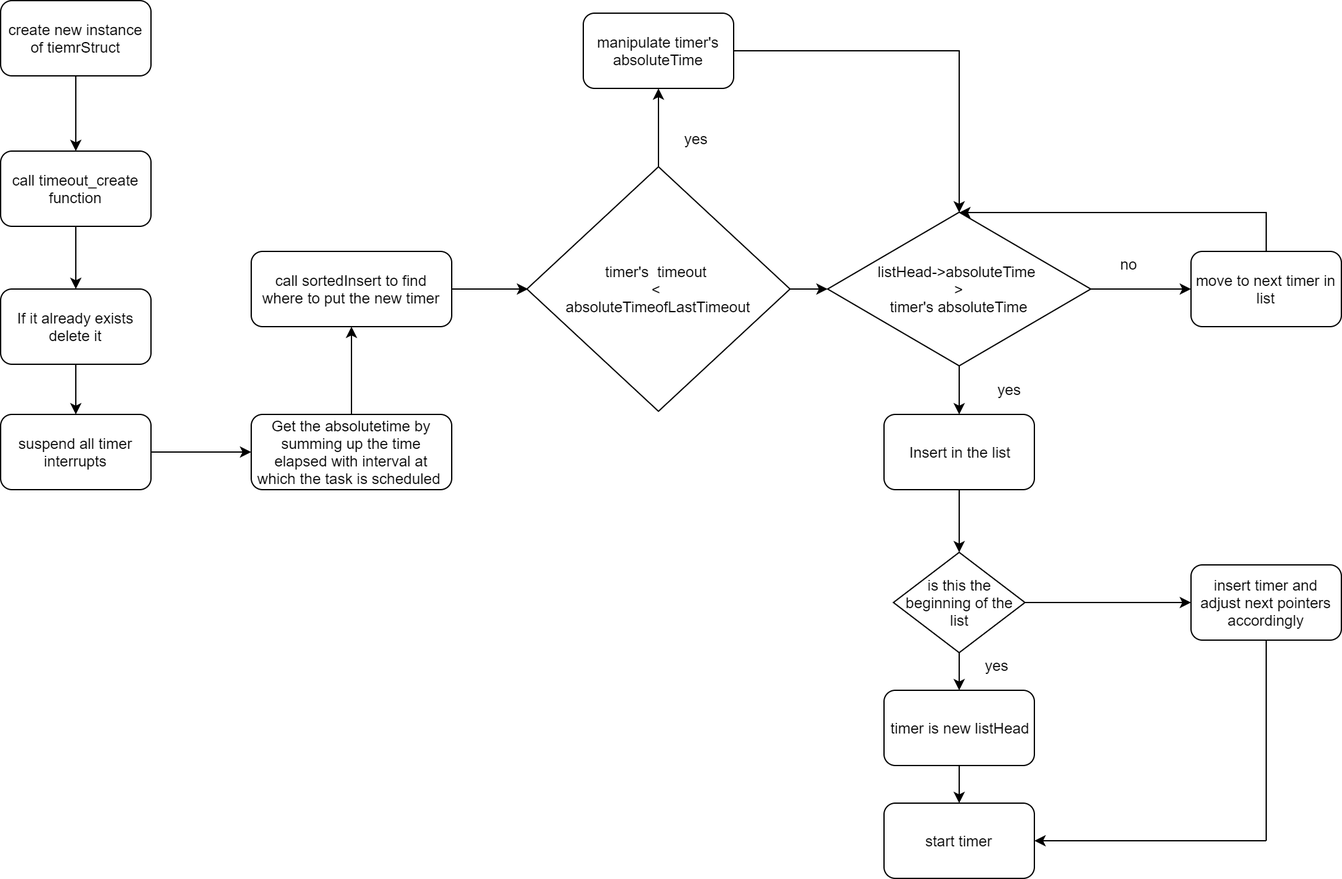
Above: images/Adding timer to list.png in microchip-pic-avr-solutions/avr-iot-aws-sensor-node-mplab (draw.io), before the change. Source tidied: cells renumbered, new cells last; positions are measured from the earlier drawing's top-left corner, leaving out a move shared by most shapes. The source it was exported from:
```xml
<mxGraphModel>
  <root>
    <mxCell id="0" />
    <mxCell id="1" parent="0" />
    <mxCell id="2" style="edgeStyle=orthogonalEdgeStyle;rounded=0;jettySize=auto;html=1;" parent="1" edge="1" source="3" target="5">
      <mxGeometry relative="1" as="geometry" />
    </mxCell>
    <mxCell id="3" value="create new instance of tiemrStruct" style="rounded=1;whiteSpace=wrap;html=1;" parent="1" vertex="1">
      <mxGeometry width="120" height="60" as="geometry" />
    </mxCell>
    <mxCell id="4" style="edgeStyle=orthogonalEdgeStyle;rounded=0;jettySize=auto;html=1;" parent="1" edge="1" source="5" target="13">
      <mxGeometry relative="1" as="geometry" />
    </mxCell>
    <mxCell id="5" value="call timeout_create function" style="rounded=1;whiteSpace=wrap;html=1;" parent="1" vertex="1">
      <mxGeometry y="120" width="120" height="60" as="geometry" />
    </mxCell>
    <mxCell id="6" style="edgeStyle=orthogonalEdgeStyle;rounded=0;jettySize=auto;html=1;" parent="1" edge="1" source="7" target="9">
      <mxGeometry relative="1" as="geometry" />
    </mxCell>
    <mxCell id="7" value="suspend all timer interrupts" style="rounded=1;whiteSpace=wrap;html=1;" parent="1" vertex="1">
      <mxGeometry y="330" width="120" height="60" as="geometry" />
    </mxCell>
    <mxCell id="8" style="edgeStyle=orthogonalEdgeStyle;rounded=0;jettySize=auto;html=1;" parent="1" edge="1" source="9" target="11">
      <mxGeometry relative="1" as="geometry" />
    </mxCell>
    <mxCell id="9" value="Get the absolutetime by summing up the time elapsed with interval at which the task is scheduled&amp;nbsp;" style="rounded=1;whiteSpace=wrap;html=1;" parent="1" vertex="1">
      <mxGeometry x="200" y="330" width="160" height="60" as="geometry" />
    </mxCell>
    <mxCell id="10" style="edgeStyle=orthogonalEdgeStyle;rounded=0;jettySize=auto;html=1;" parent="1" edge="1" source="11">
      <mxGeometry relative="1" as="geometry">
        <mxPoint x="421" y="230" as="targetPoint" />
      </mxGeometry>
    </mxCell>
    <mxCell id="11" value="call sortedInsert to find where to put the new timer" style="rounded=1;whiteSpace=wrap;html=1;" parent="1" vertex="1">
      <mxGeometry x="200" y="200" width="160" height="60" as="geometry" />
    </mxCell>
    <mxCell id="12" style="edgeStyle=orthogonalEdgeStyle;rounded=0;jettySize=auto;html=1;" parent="1" edge="1" source="13" target="7">
      <mxGeometry relative="1" as="geometry" />
    </mxCell>
    <mxCell id="13" value="If it already exists delete it" style="rounded=1;whiteSpace=wrap;html=1;" parent="1" vertex="1">
      <mxGeometry y="230" width="120" height="60" as="geometry" />
    </mxCell>
    <mxCell id="14" style="edgeStyle=orthogonalEdgeStyle;rounded=0;jettySize=auto;html=1;" parent="1" edge="1" source="16" target="18">
      <mxGeometry relative="1" as="geometry" />
    </mxCell>
    <mxCell id="15" style="edgeStyle=orthogonalEdgeStyle;rounded=0;jettySize=auto;html=1;" parent="1" edge="1" source="16" target="23">
      <mxGeometry relative="1" as="geometry" />
    </mxCell>
    <mxCell id="16" value="timer's&amp;nbsp; timeout &lt;br&gt;&amp;lt; &lt;br&gt;absoluteTimeofLastTimeout" style="rhombus;whiteSpace=wrap;html=1;" parent="1" vertex="1">
      <mxGeometry x="420" y="132.5" width="210" height="195" as="geometry" />
    </mxCell>
    <mxCell id="17" style="edgeStyle=orthogonalEdgeStyle;rounded=0;jettySize=auto;html=1;entryX=0.5;entryY=0;entryDx=0;entryDy=0;" parent="1" edge="1" source="18" target="23">
      <mxGeometry relative="1" as="geometry">
        <Array as="points">
          <mxPoint x="765" y="40" />
        </Array>
      </mxGeometry>
    </mxCell>
    <mxCell id="18" value="manipulate timer's absoluteTime" style="rounded=1;whiteSpace=wrap;html=1;" parent="1" vertex="1">
      <mxGeometry x="465" y="10" width="120" height="60" as="geometry" />
    </mxCell>
    <mxCell id="19" value="yes" style="text;html=1;align=center;verticalAlign=middle;" parent="1" vertex="1">
      <mxGeometry x="540" y="100" width="30" height="20" as="geometry" />
    </mxCell>
    <mxCell id="20" style="edgeStyle=orthogonalEdgeStyle;rounded=0;jettySize=auto;html=1;" parent="1" edge="1" source="21" target="29">
      <mxGeometry relative="1" as="geometry">
        <Array as="points">
          <mxPoint x="765" y="440" />
          <mxPoint x="765" y="440" />
        </Array>
      </mxGeometry>
    </mxCell>
    <mxCell id="21" value="Insert in the list" style="rounded=1;whiteSpace=wrap;html=1;" parent="1" vertex="1">
      <mxGeometry x="705" y="330" width="120" height="60" as="geometry" />
    </mxCell>
    <mxCell id="22" style="edgeStyle=orthogonalEdgeStyle;rounded=0;jettySize=auto;html=1;" parent="1" edge="1" source="23" target="21">
      <mxGeometry relative="1" as="geometry" />
    </mxCell>
    <mxCell id="23" value="listHead-&amp;gt;absoluteTime &lt;br&gt;&amp;gt;&lt;br&gt;timer's absoluteTime" style="rhombus;whiteSpace=wrap;html=1;" parent="1" vertex="1">
      <mxGeometry x="660" y="168.8" width="210" height="122.5" as="geometry" />
    </mxCell>
    <mxCell id="24" style="edgeStyle=elbowEdgeStyle;rounded=0;jettySize=auto;html=1;" parent="1" edge="1" source="23">
      <mxGeometry relative="1" as="geometry">
        <mxPoint x="950" y="230" as="targetPoint" />
      </mxGeometry>
    </mxCell>
    <mxCell id="25" style="edgeStyle=orthogonalEdgeStyle;rounded=0;jettySize=auto;html=1;entryX=0.5;entryY=0;entryDx=0;entryDy=0;" parent="1" edge="1" source="26" target="23">
      <mxGeometry relative="1" as="geometry">
        <Array as="points">
          <mxPoint x="1010" y="169" />
        </Array>
      </mxGeometry>
    </mxCell>
    <mxCell id="26" value="move to next timer in list" style="rounded=1;whiteSpace=wrap;html=1;" parent="1" vertex="1">
      <mxGeometry x="950" y="200" width="120" height="60" as="geometry" />
    </mxCell>
    <mxCell id="27" style="edgeStyle=orthogonalEdgeStyle;rounded=0;jettySize=auto;html=1;" parent="1" edge="1" source="29" target="31">
      <mxGeometry relative="1" as="geometry" />
    </mxCell>
    <mxCell id="28" style="edgeStyle=orthogonalEdgeStyle;rounded=0;jettySize=auto;html=1;entryX=0;entryY=0.5;entryDx=0;entryDy=0;" parent="1" edge="1" source="29" target="36">
      <mxGeometry relative="1" as="geometry" />
    </mxCell>
    <mxCell id="29" value="is this the beginning of the list" style="rhombus;whiteSpace=wrap;html=1;" parent="1" vertex="1">
      <mxGeometry x="712.5" y="440" width="105" height="80" as="geometry" />
    </mxCell>
    <mxCell id="30" style="edgeStyle=orthogonalEdgeStyle;rounded=0;jettySize=auto;html=1;" parent="1" edge="1" source="31" target="32">
      <mxGeometry relative="1" as="geometry" />
    </mxCell>
    <mxCell id="31" value="timer is new listHead" style="rounded=1;whiteSpace=wrap;html=1;" parent="1" vertex="1">
      <mxGeometry x="705" y="550" width="120" height="60" as="geometry" />
    </mxCell>
    <mxCell id="32" value="start timer" style="rounded=1;whiteSpace=wrap;html=1;" parent="1" vertex="1">
      <mxGeometry x="705" y="640" width="120" height="60" as="geometry" />
    </mxCell>
    <mxCell id="33" value="yes" style="text;html=1;align=center;verticalAlign=middle;" parent="1" vertex="1">
      <mxGeometry x="790" y="300" width="30" height="20" as="geometry" />
    </mxCell>
    <mxCell id="34" value="no" style="text;html=1;align=center;verticalAlign=middle;" parent="1" vertex="1">
      <mxGeometry x="885" y="200" width="30" height="20" as="geometry" />
    </mxCell>
    <mxCell id="35" value="yes" style="text;html=1;align=center;verticalAlign=middle;" parent="1" vertex="1">
      <mxGeometry x="780" y="520" width="30" height="20" as="geometry" />
    </mxCell>
    <mxCell id="36" value="insert timer and adjust next pointers accordingly" style="rounded=1;whiteSpace=wrap;html=1;" parent="1" vertex="1">
      <mxGeometry x="950" y="450" width="120" height="60" as="geometry" />
    </mxCell>
    <mxCell id="37" style="endArrow=none;html=1;" parent="1" edge="1">
      <mxGeometry relative="1" as="geometry">
        <mxPoint x="1010" y="670" as="sourcePoint" />
        <mxPoint x="1010" y="510" as="targetPoint" />
      </mxGeometry>
    </mxCell>
    <mxCell id="38" style="endArrow=classic;html=1;entryX=1;entryY=0.5;entryDx=0;entryDy=0;" parent="1" edge="1" target="32">
      <mxGeometry relative="1" as="geometry">
        <mxPoint x="1010" y="670" as="sourcePoint" />
      </mxGeometry>
    </mxCell>
  </root>
</mxGraphModel>
```
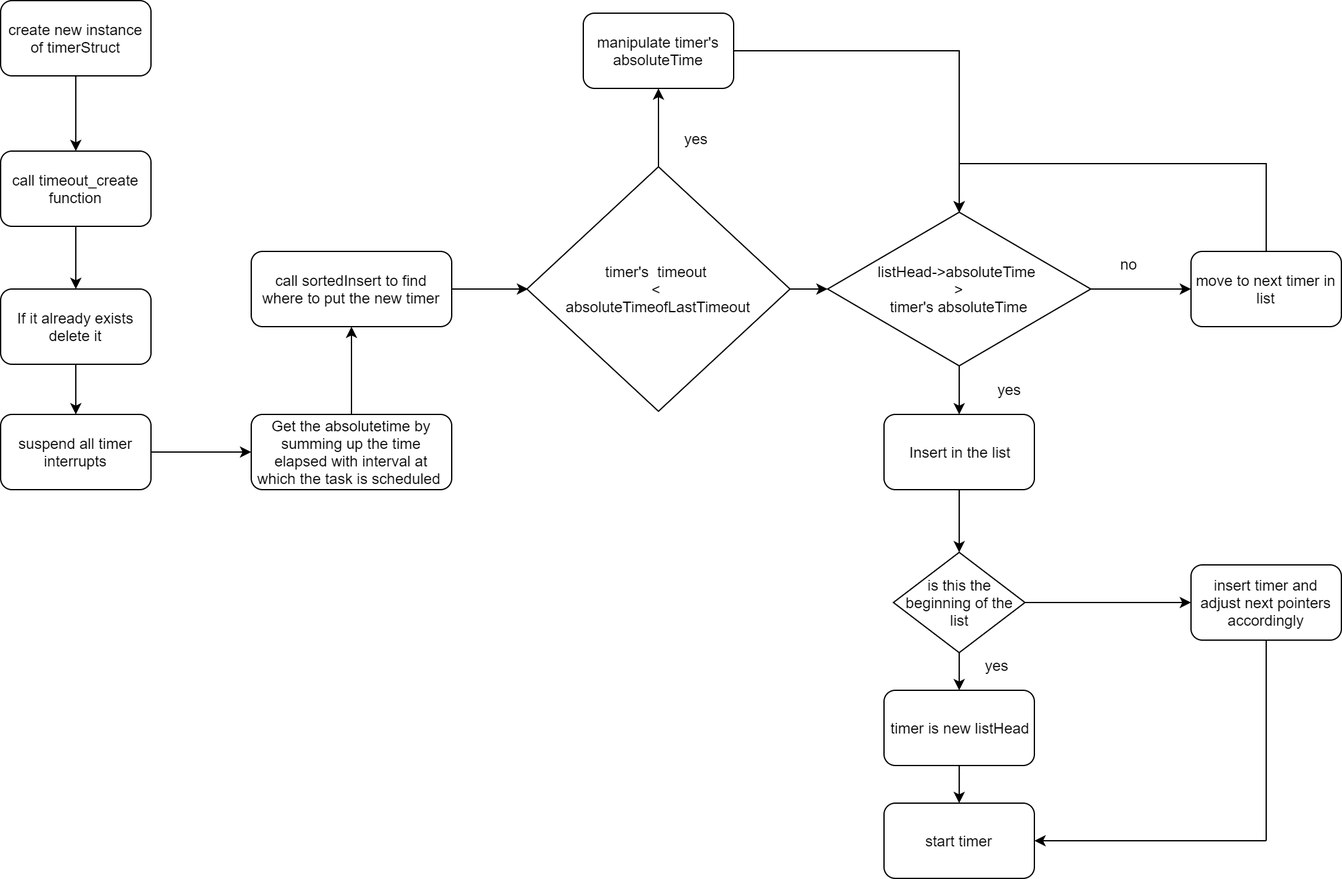
After the change.

What changed in the source:
```diff
@@ -5,7 +5,7 @@
     <mxCell id="2" style="edgeStyle=orthogonalEdgeStyle;rounded=0;jettySize=auto;html=1;" parent="1" edge="1" source="3" target="5">
       <mxGeometry relative="1" as="geometry" />
     </mxCell>
-    <mxCell id="3" value="create new instance of tiemrStruct" style="rounded=1;whiteSpace=wrap;html=1;" parent="1" vertex="1">
+    <mxCell id="3" value="create new instance of timerStruct" style="rounded=1;whiteSpace=wrap;html=1;" parent="1" vertex="1">
       <mxGeometry width="120" height="60" as="geometry" />
     </mxCell>
     <mxCell id="4" style="edgeStyle=orthogonalEdgeStyle;rounded=0;jettySize=auto;html=1;" parent="1" edge="1" source="5" target="13">
@@ -87,7 +87,8 @@
     <mxCell id="25" style="edgeStyle=orthogonalEdgeStyle;rounded=0;jettySize=auto;html=1;entryX=0.5;entryY=0;entryDx=0;entryDy=0;" parent="1" edge="1" source="26" target="23">
       <mxGeometry relative="1" as="geometry">
         <Array as="points">
-          <mxPoint x="1010" y="169" />
+          <mxPoint x="1010" y="130" />
+          <mxPoint x="765" y="130" />
         </Array>
       </mxGeometry>
     </mxCell>
```
